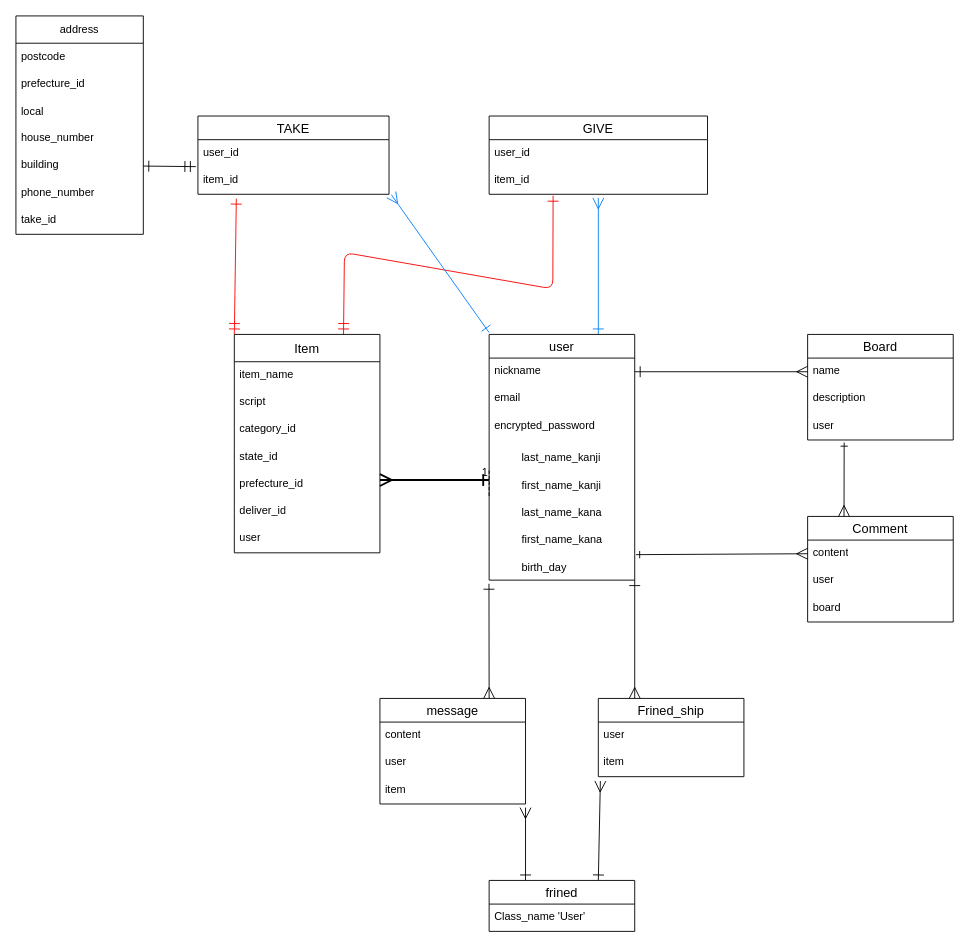
Tomoki-Fukasawa/KATARINE keeps this draw.io diagram as katarine.dio. Above is the earlier version. Source tidied: cells renumbered, new cells numbered last; positions are measured from the earlier drawing's top-left corner, leaving out a move shared by most shapes. Both pictures are drawn from the tidied source at 91%, with x=0, y=0 at pixel (15, 15).
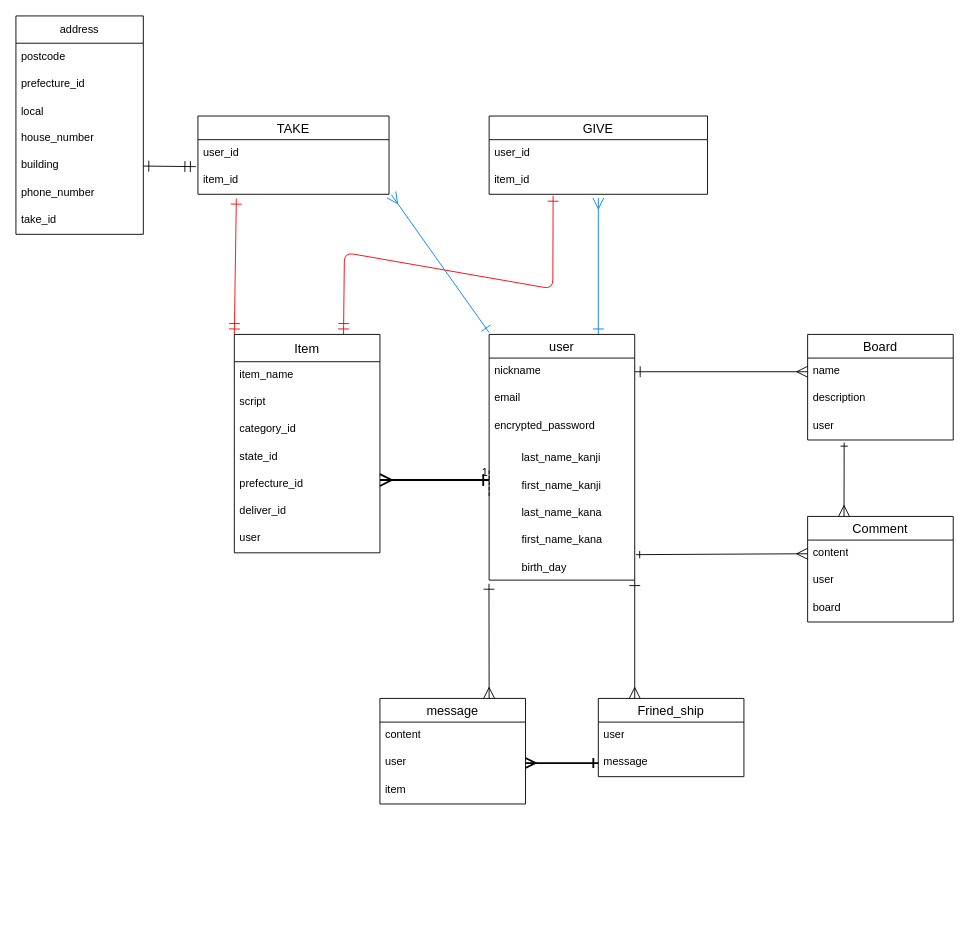
The same page after the edit.

Unchanged cells that the change refers to:
```xml
<mxCell id="35" value="Frined_ship" style="swimlane;fontStyle=0;horizontal=1;startSize=26;align=center;fontSize=14;" parent="1" vertex="1">
  <mxGeometry x="640" y="750" width="160" height="86" as="geometry" />
</mxCell>
<mxCell id="44" value="user" style="text;strokeColor=none;fillColor=none;spacingLeft=4;spacingRight=4;overflow=hidden;points=[[0,0.5],[1,0.5]];portConstraint=eastwest;fontSize=12;whiteSpace=wrap;html=1;" parent="42" vertex="1">
  <mxGeometry y="56" width="160" height="30" as="geometry" />
</mxCell>
```

The edit, as a diff of the source:
```diff
@@
-    <mxCell id="37" value="item" style="text;strokeColor=none;fillColor=none;spacingLeft=4;spacingRight=4;overflow=hidden;points=[[0,0.5],[1,0.5]];portConstraint=eastwest;fontSize=12;whiteSpace=wrap;html=1;" parent="35" vertex="1">
+    <mxCell id="37" value="message&lt;div&gt;&lt;br&gt;&lt;/div&gt;" style="text;strokeColor=none;fillColor=none;spacingLeft=4;spacingRight=4;overflow=hidden;points=[[0,0.5],[1,0.5]];portConstraint=eastwest;fontSize=12;whiteSpace=wrap;html=1;" parent="35" vertex="1">
       <mxGeometry y="56" width="160" height="30" as="geometry" />
     </mxCell>
-    <mxCell id="38" style="edgeStyle=none;html=1;exitX=0.75;exitY=0;exitDx=0;exitDy=0;endArrow=ERmany;endFill=0;startArrow=ERone;startFill=0;startSize=10;endSize=10;targetPerimeterSpacing=4;sourcePerimeterSpacing=4;entryX=0.014;entryY=1.16;entryDx=0;entryDy=0;entryPerimeter=0;" parent="1" edge="1" source="40" target="37">
-      <mxGeometry relative="1" as="geometry" />
-    </mxCell>
-    <mxCell id="39" style="edgeStyle=none;html=1;exitX=0.25;exitY=0;exitDx=0;exitDy=0;endArrow=ERmany;endFill=0;startArrow=ERone;startFill=0;startSize=10;endSize=10;targetPerimeterSpacing=4;sourcePerimeterSpacing=4;" parent="1" edge="1" source="40">
-      <mxGeometry relative="1" as="geometry">
-        <mxPoint x="560" y="870" as="targetPoint" />
-      </mxGeometry>
-    </mxCell>
-    <mxCell id="40" value="frined" style="swimlane;fontStyle=0;horizontal=1;startSize=26;align=center;fontSize=14;" parent="1" vertex="1">
-      <mxGeometry x="520" y="950" width="160" height="56" as="geometry" />
-    </mxCell>
-    <mxCell id="41" value="Class_name 'User'" style="text;strokeColor=none;fillColor=none;spacingLeft=4;spacingRight=4;overflow=hidden;fontSize=12;whiteSpace=wrap;html=1;" parent="40" vertex="1">
-      <mxGeometry y="26" width="160" height="30" as="geometry" />
-    </mxCell>
@@
+    <mxCell id="69" style="edgeStyle=none;html=1;exitX=0;exitY=0.5;exitDx=0;exitDy=0;entryX=1;entryY=0.5;entryDx=0;entryDy=0;strokeWidth=2;startArrow=ERone;startFill=0;endArrow=ERmany;endFill=0;endSize=8;startSize=8;" parent="1" edge="1" source="37" target="44">
+      <mxGeometry relative="1" as="geometry" />
+    </mxCell>
```
